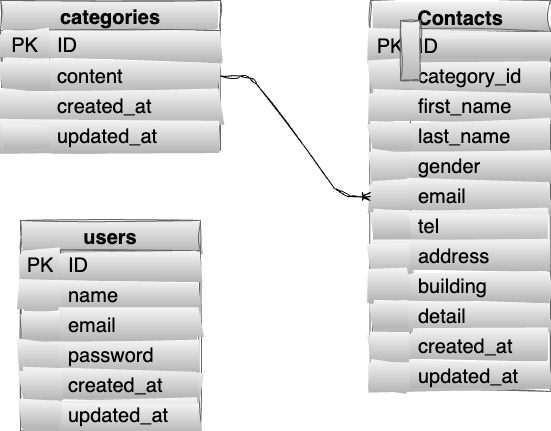
The draw.io diagram ER.drawio.png in sekirubeg/oonisikeita-kadai, before a commit. Source tidied: cells renumbered, new cells last; positions are measured from the earlier drawing's top-left corner, leaving out a move shared by most shapes.
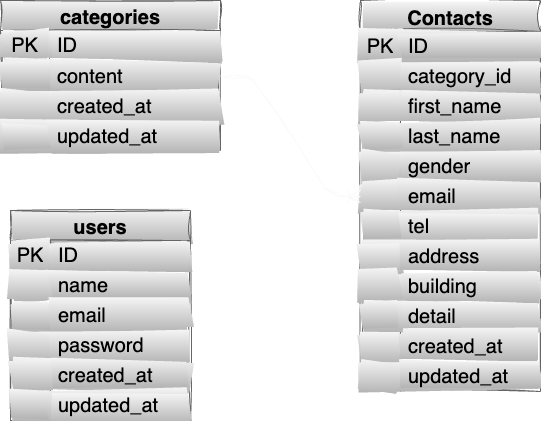
After the change.

Diff of the diagram source:
```diff
@@ -6,7 +6,7 @@
       <mxGeometry x="50" y="180" width="20" height="40" as="geometry" />
     </mxCell>
     <mxCell id="3" value="Contacts" style="shape=table;startSize=31;rowLines=0;fontStyle=1;sketch=1;hachureGap=4;jiggle=2;curveFitting=1;fontFamily=Helvetica;fontSize=20;fillColor=#f5f5f5;gradientColor=#b3b3b3;strokeColor=#666666;" parent="1" vertex="1">
-      <mxGeometry x="370" width="180" height="391" as="geometry" />
+      <mxGeometry x="370" y="50" width="180" height="391" as="geometry" />
     </mxCell>
     <mxCell id="4" style="shape=tableRow;horizontal=0;startSize=0;swimlaneHead=0;swimlaneBody=0;top=0;left=0;bottom=0;right=0;fillColor=#f5f5f5;sketch=1;hachureGap=4;jiggle=2;curveFitting=1;fontFamily=Helvetica;fontSize=20;gradientColor=#b3b3b3;strokeColor=#666666;" parent="3" vertex="1">
       <mxGeometry y="31" width="180" height="30" as="geometry" />
@@ -116,11 +116,8 @@
     <mxCell id="39" value="updated_at" style="shape=partialRectangle;html=1;whiteSpace=wrap;fillColor=#f5f5f5;top=0;left=0;bottom=0;right=0;align=left;spacingLeft=6;overflow=hidden;sketch=1;hachureGap=4;jiggle=2;curveFitting=1;fontFamily=Helvetica;fontSize=20;gradientColor=#b3b3b3;strokeColor=#666666;" parent="37" vertex="1">
       <mxGeometry x="40" width="140" height="30" as="geometry" />
     </mxCell>
-    <mxCell id="40" value="&lt;br&gt;&lt;br&gt;" style="text;html=1;align=center;verticalAlign=middle;strokeColor=#666666;fillColor=#f5f5f5;fontSize=20;fontFamily=Helvetica;sketch=1;hachureGap=4;jiggle=2;curveFitting=1;fontSource=https%3A%2F%2Ffonts.googleapis.com%2Fcss%3Ffamily%3DArchitects%2BDaughter;gradientColor=#b3b3b3;" parent="1" vertex="1">
-      <mxGeometry x="400" y="20" width="20" height="60" as="geometry" />
-    </mxCell>
     <mxCell id="41" value="categories" style="shape=table;startSize=30;rowLines=0;fontStyle=1;sketch=1;hachureGap=4;jiggle=2;curveFitting=1;fontFamily=Helvetica;fontSize=20;fillColor=#f5f5f5;gradientColor=#b3b3b3;strokeColor=#666666;" parent="1" vertex="1">
-      <mxGeometry width="220" height="150" as="geometry" />
+      <mxGeometry x="10" y="50" width="220" height="150" as="geometry" />
     </mxCell>
     <mxCell id="42" style="shape=tableRow;horizontal=0;startSize=0;swimlaneHead=0;swimlaneBody=0;top=0;left=0;bottom=0;right=0;fillColor=#f5f5f5;sketch=1;hachureGap=4;jiggle=2;curveFitting=1;fontFamily=Helvetica;fontSize=20;gradientColor=#b3b3b3;strokeColor=#666666;" parent="41" vertex="1">
       <mxGeometry y="30" width="220" height="30" as="geometry" />
@@ -159,7 +156,7 @@
       <mxGeometry x="49" width="171" height="29" as="geometry" />
     </mxCell>
     <mxCell id="54" value="users" style="shape=table;startSize=30;rowLines=0;fontStyle=1;sketch=1;hachureGap=4;jiggle=2;curveFitting=1;fontFamily=Helvetica;fontSize=20;fillColor=#f5f5f5;gradientColor=#b3b3b3;strokeColor=#666666;" parent="1" vertex="1">
-      <mxGeometry x="20" y="220" width="180" height="210" as="geometry" />
+      <mxGeometry x="20" y="260" width="180" height="210" as="geometry" />
     </mxCell>
     <mxCell id="55" style="shape=tableRow;horizontal=0;startSize=0;swimlaneHead=0;swimlaneBody=0;top=0;left=0;bottom=0;right=0;fillColor=#f5f5f5;sketch=1;hachureGap=4;jiggle=2;curveFitting=1;fontFamily=Helvetica;fontSize=20;gradientColor=#b3b3b3;strokeColor=#666666;" parent="54" vertex="1">
       <mxGeometry y="30" width="180" height="30" as="geometry" />
@@ -215,7 +212,7 @@
     <mxCell id="72" value="updated_at" style="shape=partialRectangle;html=1;whiteSpace=wrap;fillColor=#f5f5f5;top=0;left=0;bottom=0;right=0;align=left;spacingLeft=6;overflow=hidden;sketch=1;hachureGap=4;jiggle=2;curveFitting=1;fontFamily=Helvetica;fontSize=20;gradientColor=#b3b3b3;strokeColor=#666666;" parent="70" vertex="1">
       <mxGeometry x="40" width="140" height="30" as="geometry" />
     </mxCell>
-    <mxCell id="73" style="edgeStyle=entityRelationEdgeStyle;fontSize=12;html=1;endArrow=ERoneToMany;sketch=1;hachureGap=4;jiggle=2;curveFitting=1;fontFamily=Helvetica;entryX=0;entryY=0.5;entryDx=0;entryDy=0;exitX=1;exitY=0.5;exitDx=0;exitDy=0;" parent="1" edge="1" source="45" target="19">
+    <mxCell id="73" style="edgeStyle=entityRelationEdgeStyle;fontSize=12;html=1;endArrow=ERoneToMany;sketch=1;hachureGap=4;jiggle=2;curveFitting=1;fontFamily=Helvetica;entryX=0;entryY=0.5;entryDx=0;entryDy=0;exitX=1;exitY=0.5;exitDx=0;exitDy=0;strokeColor=#fafafa;endSize=10;startSize=10;" parent="1" edge="1" source="45" target="19">
       <mxGeometry relative="1" as="geometry" />
     </mxCell>
   </root>
```
